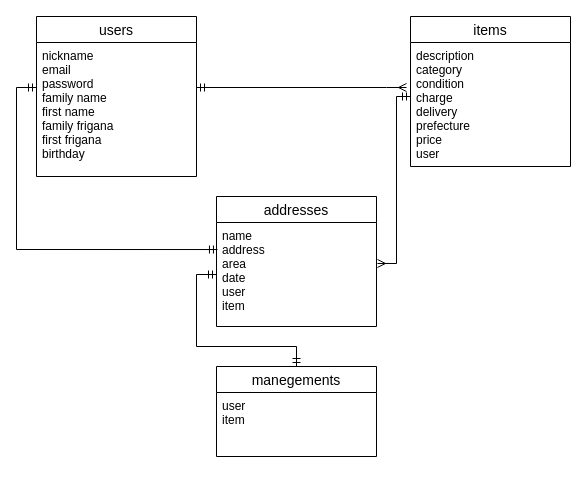
Above: test.dio in kodairafumikazu/furima-33027 (draw.io), before the change. Source tidied: cells renumbered, new cells numbered last; positions are measured from the earlier drawing's top-left corner, leaving out a move shared by most shapes. Both pictures are drawn from the tidied source at 100%, with x=0, y=0 at pixel (16, 16).
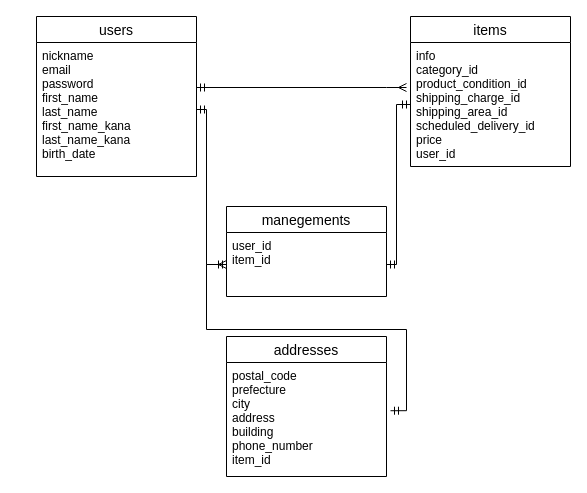
The same page after the edit.

Commit message (it also covers changes not shown here):
ER図、データベース設計の修正4

Change to the diagram source:
```diff
@@
 <mxGraphModel>
   <root>
     <mxCell id="0" />
     <mxCell id="1" parent="0" />
     <mxCell id="2" value="users" style="swimlane;fontStyle=0;horizontal=1;startSize=26;align=center;fontSize=14;" parent="1" vertex="1">
       <mxGeometry x="20" width="160" height="160" as="geometry" />
     </mxCell>
-    <mxCell id="3" value="nickname&#10;email&#10;password&#10;family name&#10;first name&#10;family frigana&#10;first frigana&#10;birthday&#10;" style="text;strokeColor=none;fillColor=none;spacingLeft=4;spacingRight=4;overflow=hidden;points=[[0,0.5],[1,0.5]];portConstraint=eastwest;fontSize=12;" parent="2" vertex="1">
+    <mxCell id="3" value="nickname&#10;email&#10;password&#10;first_name&#10;last_name&#10;first_name_kana&#10;last_name_kana&#10;birth_date&#10;" style="text;strokeColor=none;fillColor=none;spacingLeft=4;spacingRight=4;overflow=hidden;points=[[0,0.5],[1,0.5]];portConstraint=eastwest;fontSize=12;" parent="2" vertex="1">
       <mxGeometry y="26" width="160" height="134" as="geometry" />
     </mxCell>
     <mxCell id="4" value="addresses" style="swimlane;fontStyle=0;horizontal=1;startSize=26;align=center;fontSize=14;" parent="1" vertex="1">
-      <mxGeometry x="200" y="180" width="160" height="130" as="geometry" />
+      <mxGeometry x="210" y="320" width="160" height="140" as="geometry" />
     </mxCell>
-    <mxCell id="5" value="name&#10;address&#10;area&#10;date&#10;user&#10;item" style="text;strokeColor=none;fillColor=none;spacingLeft=4;spacingRight=4;overflow=hidden;points=[[0,0.5],[1,0.5]];portConstraint=eastwest;fontSize=12;" parent="4" vertex="1">
-      <mxGeometry y="26" width="160" height="104" as="geometry" />
+    <mxCell id="5" value="postal_code&#10;prefecture&#10;city&#10;address&#10;building&#10;phone_number&#10;item_id" style="text;strokeColor=none;fillColor=none;spacingLeft=4;spacingRight=4;overflow=hidden;points=[[0,0.5],[1,0.5]];portConstraint=eastwest;fontSize=12;" parent="4" vertex="1">
+      <mxGeometry y="26" width="160" height="114" as="geometry" />
     </mxCell>
     <mxCell id="6" value="manegements" style="swimlane;fontStyle=0;horizontal=1;startSize=26;align=center;fontSize=14;" parent="1" vertex="1">
-      <mxGeometry x="200" y="350" width="160" height="90" as="geometry" />
+      <mxGeometry x="210" y="190" width="160" height="90" as="geometry" />
     </mxCell>
-    <mxCell id="7" value="user&#10;item" style="text;strokeColor=none;fillColor=none;spacingLeft=4;spacingRight=4;overflow=hidden;points=[[0,0.5],[1,0.5]];portConstraint=eastwest;fontSize=12;" parent="6" vertex="1">
+    <mxCell id="7" value="user_id&#10;item_id" style="text;strokeColor=none;fillColor=none;spacingLeft=4;spacingRight=4;overflow=hidden;points=[[0,0.5],[1,0.5]];portConstraint=eastwest;fontSize=12;" parent="6" vertex="1">
       <mxGeometry y="26" width="160" height="64" as="geometry" />
     </mxCell>
     <mxCell id="8" value="items" style="swimlane;fontStyle=0;horizontal=1;startSize=26;align=center;fontSize=14;" parent="1" vertex="1">
       <mxGeometry x="394" width="160" height="150" as="geometry" />
     </mxCell>
-    <mxCell id="9" value="description&#10;category&#10;condition&#10;charge&#10;delivery&#10;prefecture&#10;price&#10;user&#10;&#10;" style="text;strokeColor=none;fillColor=none;spacingLeft=4;spacingRight=4;overflow=hidden;points=[[0,0.5],[1,0.5]];portConstraint=eastwest;fontSize=12;" parent="8" vertex="1">
+    <mxCell id="9" value="info&#10;category_id&#10;product_condition_id&#10;shipping_charge_id&#10;shipping_area_id&#10;scheduled_delivery_id&#10;price&#10;user_id&#10;&#10;" style="text;strokeColor=none;fillColor=none;spacingLeft=4;spacingRight=4;overflow=hidden;points=[[0,0.5],[1,0.5]];portConstraint=eastwest;fontSize=12;" parent="8" vertex="1">
       <mxGeometry y="26" width="160" height="124" as="geometry" />
     </mxCell>
     <mxCell id="10" style="edgeStyle=orthogonalEdgeStyle;rounded=0;orthogonalLoop=1;jettySize=auto;html=1;endArrow=ERmany;endFill=0;startArrow=ERmandOne;startFill=0;" parent="1" edge="1">
       <mxGeometry relative="1" as="geometry">
         <mxPoint x="180" y="71" as="sourcePoint" />
         <mxPoint x="390" y="71" as="targetPoint" />
         <Array as="points">
           <mxPoint x="370" y="71" />
           <mxPoint x="370" y="71" />
         </Array>
       </mxGeometry>
     </mxCell>
-    <mxCell id="11" style="edgeStyle=orthogonalEdgeStyle;rounded=0;jettySize=auto;html=1;entryX=1.006;entryY=0.394;entryDx=0;entryDy=0;entryPerimeter=0;startArrow=ERmandOne;startFill=0;endArrow=ERmany;endFill=0;" parent="1" edge="1" source="9" target="5">
-      <mxGeometry relative="1" as="geometry">
-        <Array as="points">
-          <mxPoint x="380" y="80" />
-          <mxPoint x="380" y="247" />
-        </Array>
-      </mxGeometry>
-    </mxCell>
-    <mxCell id="12" style="edgeStyle=orthogonalEdgeStyle;rounded=0;jettySize=auto;html=1;startArrow=ERmandOne;startFill=0;endArrow=ERmandOne;endFill=0;" parent="1" edge="1" source="5" target="6">
-      <mxGeometry relative="1" as="geometry" />
-    </mxCell>
-    <mxCell id="13" style="edgeStyle=orthogonalEdgeStyle;rounded=0;jettySize=auto;html=1;exitX=0;exitY=0.5;exitDx=0;exitDy=0;entryX=0.006;entryY=0.26;entryDx=0;entryDy=0;entryPerimeter=0;startArrow=ERmandOne;startFill=0;endArrow=ERmandOne;endFill=0;" parent="1" edge="1" target="5">
-      <mxGeometry relative="1" as="geometry">
-        <mxPoint x="20" y="71" as="sourcePoint" />
-        <Array as="points">
-          <mxPoint y="71" />
-          <mxPoint y="233" />
-        </Array>
-      </mxGeometry>
-    </mxCell>
+    <mxCell id="14" style="edgeStyle=orthogonalEdgeStyle;rounded=0;jettySize=auto;html=1;entryX=0;entryY=0.5;entryDx=0;entryDy=0;startArrow=ERmandOne;startFill=0;endArrow=ERmany;endFill=0;" parent="1" edge="1" source="3" target="7">
+      <mxGeometry relative="1" as="geometry">
+        <Array as="points">
+          <mxPoint x="190" y="93" />
+          <mxPoint x="190" y="248" />
+        </Array>
+      </mxGeometry>
+    </mxCell>
+    <mxCell id="15" style="edgeStyle=orthogonalEdgeStyle;rounded=0;jettySize=auto;html=1;entryX=1;entryY=0.5;entryDx=0;entryDy=0;startArrow=ERmandOne;startFill=0;endArrow=ERmandOne;endFill=0;" parent="1" edge="1" source="9" target="7">
+      <mxGeometry relative="1" as="geometry">
+        <Array as="points">
+          <mxPoint x="380" y="88" />
+          <mxPoint x="380" y="248" />
+        </Array>
+      </mxGeometry>
+    </mxCell>
+    <mxCell id="16" style="edgeStyle=orthogonalEdgeStyle;rounded=0;jettySize=auto;html=1;entryX=1.025;entryY=0.423;entryDx=0;entryDy=0;entryPerimeter=0;startArrow=ERmandOne;startFill=0;endArrow=ERmandOne;endFill=0;" parent="1" edge="1" source="7" target="5">
+      <mxGeometry relative="1" as="geometry" />
+    </mxCell>
   </root>
 </mxGraphModel>
```
